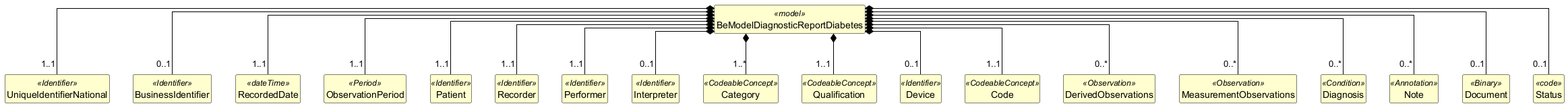
The PlantUML diagram exports/diagrams/BeModelDiagnosticReportDiabetes-uml.png in caresets/caresets-src, before a commit. The source it was exported from:
```plantuml
@startuml
skinparam shadowing false
skinparam classAttributeIconSize 0
skinparam linetype ortho
skinparam class {
  BackgroundColor #FEFECE
  BorderColor #000000
  ArrowColor #000000
  FontStyle bold
  AttributeFontStyle normal
}
hide circle
hide empty members

class "BeModelDiagnosticReportDiabetes" as BeModelDiagnosticReportDiabetes <<model>> {
}

class "UniqueIdentifierNational" as BeModelDiagnosticReportDiabetes_UniqueIdentifierNational <<Identifier>> {
}

class "BusinessIdentifier" as BeModelDiagnosticReportDiabetes_BusinessIdentifier <<Identifier>> {
}

class "RecordedDate" as BeModelDiagnosticReportDiabetes_RecordedDate <<dateTime>> {
}

class "ObservationPeriod" as BeModelDiagnosticReportDiabetes_ObservationPeriod <<Period>> {
}

class "Patient" as BeModelDiagnosticReportDiabetes_Patient <<Identifier>> {
}

class "Recorder" as BeModelDiagnosticReportDiabetes_Recorder <<Identifier>> {
}

class "Performer" as BeModelDiagnosticReportDiabetes_Performer <<Identifier>> {
}

class "Interpreter" as BeModelDiagnosticReportDiabetes_Interpreter <<Identifier>> {
}

class "Category" as BeModelDiagnosticReportDiabetes_Category <<CodeableConcept>> {
}

class "Qualification" as BeModelDiagnosticReportDiabetes_Qualification <<CodeableConcept>> {
}

class "Device" as BeModelDiagnosticReportDiabetes_Device <<Identifier>> {
}

class "Code" as BeModelDiagnosticReportDiabetes_Code <<CodeableConcept>> {
}

class "DerivedObservations" as BeModelDiagnosticReportDiabetes_DerivedObservations <<Observation>> {
}

class "MeasurementObservations" as BeModelDiagnosticReportDiabetes_MeasurementObservations <<Observation>> {
}

class "Diagnosis" as BeModelDiagnosticReportDiabetes_Diagnosis <<Condition>> {
}

class "Note" as BeModelDiagnosticReportDiabetes_Note <<Annotation>> {
}

class "Document" as BeModelDiagnosticReportDiabetes_Document <<Binary>> {
}

class "Status" as BeModelDiagnosticReportDiabetes_Status <<code>> {
}

BeModelDiagnosticReportDiabetes *-- "1..1" BeModelDiagnosticReportDiabetes_UniqueIdentifierNational
BeModelDiagnosticReportDiabetes *-- "0..1" BeModelDiagnosticReportDiabetes_BusinessIdentifier
BeModelDiagnosticReportDiabetes *-- "1..1" BeModelDiagnosticReportDiabetes_RecordedDate
BeModelDiagnosticReportDiabetes *-- "1..1" BeModelDiagnosticReportDiabetes_ObservationPeriod
BeModelDiagnosticReportDiabetes *-- "1..1" BeModelDiagnosticReportDiabetes_Patient
BeModelDiagnosticReportDiabetes *-- "1..1" BeModelDiagnosticReportDiabetes_Recorder
BeModelDiagnosticReportDiabetes *-- "1..1" BeModelDiagnosticReportDiabetes_Performer
BeModelDiagnosticReportDiabetes *-- "0..1" BeModelDiagnosticReportDiabetes_Interpreter
BeModelDiagnosticReportDiabetes *-- "1..*" BeModelDiagnosticReportDiabetes_Category
BeModelDiagnosticReportDiabetes *-- "1..1" BeModelDiagnosticReportDiabetes_Qualification
BeModelDiagnosticReportDiabetes *-- "0..1" BeModelDiagnosticReportDiabetes_Device
BeModelDiagnosticReportDiabetes *-- "1..1" BeModelDiagnosticReportDiabetes_Code
BeModelDiagnosticReportDiabetes *-- "0..*" BeModelDiagnosticReportDiabetes_DerivedObservations
BeModelDiagnosticReportDiabetes *-- "0..*" BeModelDiagnosticReportDiabetes_MeasurementObservations
BeModelDiagnosticReportDiabetes *-- "0..*" BeModelDiagnosticReportDiabetes_Diagnosis
BeModelDiagnosticReportDiabetes *-- "0..*" BeModelDiagnosticReportDiabetes_Note
BeModelDiagnosticReportDiabetes *-- "0..1" BeModelDiagnosticReportDiabetes_Document
BeModelDiagnosticReportDiabetes *-- "0..1" BeModelDiagnosticReportDiabetes_Status
@enduml
```
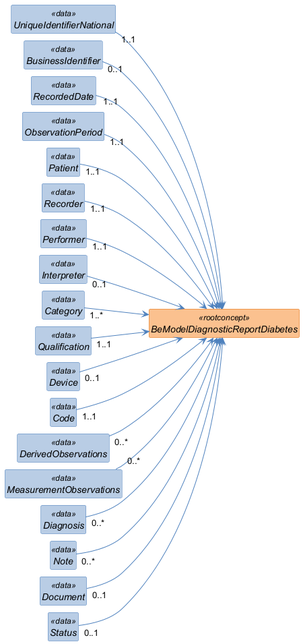
Above is the later version.

Change to the diagram source:
```diff
@@ -1,90 +1,97 @@
 @startuml
+left to right direction
 skinparam shadowing false
+skinparam nodesep 10
+skinparam ranksep 40
 skinparam classAttributeIconSize 0
-skinparam linetype ortho
 skinparam class {
-  BackgroundColor #FEFECE
-  BorderColor #000000
-  ArrowColor #000000
-  FontStyle bold
-  AttributeFontStyle normal
+  FontStyle italic
+  BackgroundColor<<rootconcept>> #FAC08F
+  BorderColor<<rootconcept>> #E36C0A
+  BackgroundColor<<data>> #B8CCE4
+  BorderColor<<data>> #4F81BD
+  BackgroundColor<<reference>> #D9D9D9
+  BorderColor<<reference>> #808080
+  BackgroundColor<<value set>> #C3D69B
+  BorderColor<<value set>> #77933C
+  ArrowColor #4F81BD
 }
 hide circle
 hide empty members
 
-class "BeModelDiagnosticReportDiabetes" as BeModelDiagnosticReportDiabetes <<model>> {
+class "BeModelDiagnosticReportDiabetes" as BeModelDiagnosticReportDiabetes <<rootconcept>> {
 }
 
-class "UniqueIdentifierNational" as BeModelDiagnosticReportDiabetes_UniqueIdentifierNational <<Identifier>> {
+class "UniqueIdentifierNational" as BeModelDiagnosticReportDiabetes_UniqueIdentifierNational <<data>> {
 }
 
-class "BusinessIdentifier" as BeModelDiagnosticReportDiabetes_BusinessIdentifier <<Identifier>> {
+class "BusinessIdentifier" as BeModelDiagnosticReportDiabetes_BusinessIdentifier <<data>> {
 }
 
-class "RecordedDate" as BeModelDiagnosticReportDiabetes_RecordedDate <<dateTime>> {
+class "RecordedDate" as BeModelDiagnosticReportDiabetes_RecordedDate <<data>> {
 }
 
-class "ObservationPeriod" as BeModelDiagnosticReportDiabetes_ObservationPeriod <<Period>> {
+class "ObservationPeriod" as BeModelDiagnosticReportDiabetes_ObservationPeriod <<data>> {
 }
 
-class "Patient" as BeModelDiagnosticReportDiabetes_Patient <<Identifier>> {
+class "Patient" as BeModelDiagnosticReportDiabetes_Patient <<data>> {
 }
 
-class "Recorder" as BeModelDiagnosticReportDiabetes_Recorder <<Identifier>> {
+class "Recorder" as BeModelDiagnosticReportDiabetes_Recorder <<data>> {
 }
 
-class "Performer" as BeModelDiagnosticReportDiabetes_Performer <<Identifier>> {
+class "Performer" as BeModelDiagnosticReportDiabetes_Performer <<data>> {
 }
 
-class "Interpreter" as BeModelDiagnosticReportDiabetes_Interpreter <<Identifier>> {
+class "Interpreter" as BeModelDiagnosticReportDiabetes_Interpreter <<data>> {
 }
 
-class "Category" as BeModelDiagnosticReportDiabetes_Category <<CodeableConcept>> {
+class "Category" as BeModelDiagnosticReportDiabetes_Category <<data>> {
 }
 
-class "Qualification" as BeModelDiagnosticReportDiabetes_Qualification <<CodeableConcept>> {
+class "Qualification" as BeModelDiagnosticReportDiabetes_Qualification <<data>> {
 }
 
-class "Device" as BeModelDiagnosticReportDiabetes_Device <<Identifier>> {
+class "Device" as BeModelDiagnosticReportDiabetes_Device <<data>> {
 }
 
-class "Code" as BeModelDiagnosticReportDiabetes_Code <<CodeableConcept>> {
+class "Code" as BeModelDiagnosticReportDiabetes_Code <<data>> {
 }
 
-class "DerivedObservations" as BeModelDiagnosticReportDiabetes_DerivedObservations <<Observation>> {
+class "DerivedObservations" as BeModelDiagnosticReportDiabetes_DerivedObservations <<data>> {
 }
 
-class "MeasurementObservations" as BeModelDiagnosticReportDiabetes_MeasurementObservations <<Observation>> {
+class "MeasurementObservations" as BeModelDiagnosticReportDiabetes_MeasurementObservations <<data>> {
 }
 
-class "Diagnosis" as BeModelDiagnosticReportDiabetes_Diagnosis <<Condition>> {
+class "Diagnosis" as BeModelDiagnosticReportDiabetes_Diagnosis <<data>> {
 }
 
-class "Note" as BeModelDiagnosticReportDiabetes_Note <<Annotation>> {
+class "Note" as BeModelDiagnosticReportDiabetes_Note <<data>> {
 }
 
-class "Document" as BeModelDiagnosticReportDiabetes_Document <<Binary>> {
+class "Document" as BeModelDiagnosticReportDiabetes_Document <<data>> {
 }
 
-class "Status" as BeModelDiagnosticReportDiabetes_Status <<code>> {
+class "Status" as BeModelDiagnosticReportDiabetes_Status <<data>> {
 }
 
-BeModelDiagnosticReportDiabetes *-- "1..1" BeModelDiagnosticReportDiabetes_UniqueIdentifierNational
-BeModelDiagnosticReportDiabetes *-- "0..1" BeModelDiagnosticReportDiabetes_BusinessIdentifier
-BeModelDiagnosticReportDiabetes *-- "1..1" BeModelDiagnosticReportDiabetes_RecordedDate
-BeModelDiagnosticReportDiabetes *-- "1..1" BeModelDiagnosticReportDiabetes_ObservationPeriod
-BeModelDiagnosticReportDiabetes *-- "1..1" BeModelDiagnosticReportDiabetes_Patient
-BeModelDiagnosticReportDiabetes *-- "1..1" BeModelDiagnosticReportDiabetes_Recorder
-BeModelDiagnosticReportDiabetes *-- "1..1" BeModelDiagnosticReportDiabetes_Performer
-BeModelDiagnosticReportDiabetes *-- "0..1" BeModelDiagnosticReportDiabetes_Interpreter
-BeModelDiagnosticReportDiabetes *-- "1..*" BeModelDiagnosticReportDiabetes_Category
-BeModelDiagnosticReportDiabetes *-- "1..1" BeModelDiagnosticReportDiabetes_Qualification
-BeModelDiagnosticReportDiabetes *-- "0..1" BeModelDiagnosticReportDiabetes_Device
-BeModelDiagnosticReportDiabetes *-- "1..1" BeModelDiagnosticReportDiabetes_Code
-BeModelDiagnosticReportDiabetes *-- "0..*" BeModelDiagnosticReportDiabetes_DerivedObservations
-BeModelDiagnosticReportDiabetes *-- "0..*" BeModelDiagnosticReportDiabetes_MeasurementObservations
-BeModelDiagnosticReportDiabetes *-- "0..*" BeModelDiagnosticReportDiabetes_Diagnosis
-BeModelDiagnosticReportDiabetes *-- "0..*" BeModelDiagnosticReportDiabetes_Note
-BeModelDiagnosticReportDiabetes *-- "0..1" BeModelDiagnosticReportDiabetes_Document
-BeModelDiagnosticReportDiabetes *-- "0..1" BeModelDiagnosticReportDiabetes_Status
+BeModelDiagnosticReportDiabetes_UniqueIdentifierNational "1..1" --> BeModelDiagnosticReportDiabetes
+BeModelDiagnosticReportDiabetes_BusinessIdentifier "0..1" --> BeModelDiagnosticReportDiabetes
+BeModelDiagnosticReportDiabetes_RecordedDate "1..1" --> BeModelDiagnosticReportDiabetes
+BeModelDiagnosticReportDiabetes_ObservationPeriod "1..1" --> BeModelDiagnosticReportDiabetes
+BeModelDiagnosticReportDiabetes_Patient "1..1" --> BeModelDiagnosticReportDiabetes
+BeModelDiagnosticReportDiabetes_Recorder "1..1" --> BeModelDiagnosticReportDiabetes
+BeModelDiagnosticReportDiabetes_Performer "1..1" --> BeModelDiagnosticReportDiabetes
+BeModelDiagnosticReportDiabetes_Interpreter "0..1" --> BeModelDiagnosticReportDiabetes
+BeModelDiagnosticReportDiabetes_Category "1..*" --> BeModelDiagnosticReportDiabetes
+BeModelDiagnosticReportDiabetes_Qualification "1..1" --> BeModelDiagnosticReportDiabetes
+BeModelDiagnosticReportDiabetes_Device "0..1" --> BeModelDiagnosticReportDiabetes
+BeModelDiagnosticReportDiabetes_Code "1..1" --> BeModelDiagnosticReportDiabetes
+BeModelDiagnosticReportDiabetes_DerivedObservations "0..*" --> BeModelDiagnosticReportDiabetes
+BeModelDiagnosticReportDiabetes_MeasurementObservations "0..*" --> BeModelDiagnosticReportDiabetes
+BeModelDiagnosticReportDiabetes_Diagnosis "0..*" --> BeModelDiagnosticReportDiabetes
+BeModelDiagnosticReportDiabetes_Note "0..*" --> BeModelDiagnosticReportDiabetes
+BeModelDiagnosticReportDiabetes_Document "0..1" --> BeModelDiagnosticReportDiabetes
+BeModelDiagnosticReportDiabetes_Status "0..1" --> BeModelDiagnosticReportDiabetes
 @enduml
```
